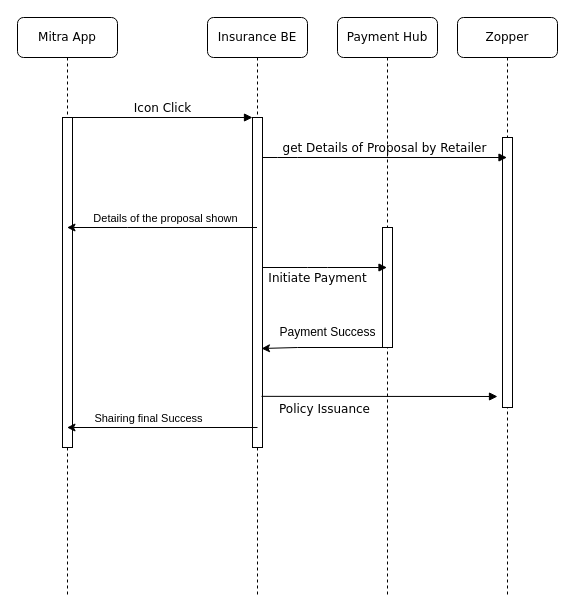
Above: Interview/Untitled Diagram.drawio in ashwiniadlakha/draw_io (draw.io), before the change. Source tidied: cells renumbered, new cells numbered last; positions are measured from the earlier drawing's top-left corner, leaving out a move shared by most shapes. Both pictures are drawn from the tidied source at 100%, with x=0, y=0 at pixel (17, 17).
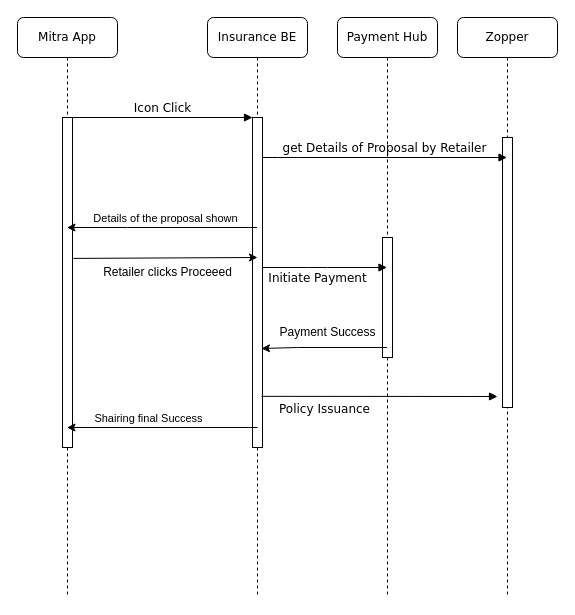
After the change.

The change refers to these unchanged cells:
```xml
<mxCell id="4" value="Payment Hub" style="shape=umlLifeline;perimeter=lifelinePerimeter;whiteSpace=wrap;html=1;outlineConnect=0;rounded=1;shadow=0;comic=0;labelBackgroundColor=none;strokeWidth=1;fontFamily=Verdana;fontSize=12;align=center;" parent="1" vertex="1">
  <mxGeometry x="320" width="100" height="580" as="geometry" />
</mxCell>
<mxCell id="9" style="html=1;points=[];perimeter=orthogonalPerimeter;rounded=0;shadow=0;comic=0;labelBackgroundColor=none;strokeWidth=1;fontFamily=Verdana;fontSize=12;align=center;" parent="8" vertex="1">
  <mxGeometry x="45" y="100" width="10" height="330" as="geometry" />
</mxCell>
```

What changed in the source:
```diff
@@
     <mxCell id="5" style="html=1;perimeter=orthogonalPerimeter;rounded=0;shadow=0;comic=0;labelBackgroundColor=none;strokeWidth=1;fontFamily=Verdana;fontSize=12;align=center;" parent="4" vertex="1">
-      <mxGeometry x="45" y="210" width="10" height="120" as="geometry" />
+      <mxGeometry x="45" y="220" width="10" height="120" as="geometry" />
     </mxCell>
@@
+    <mxCell id="20" style="endArrow=classic;html=1;rounded=0;exitX=1.1;exitY=0.427;exitDx=0;exitDy=0;exitPerimeter=0;" parent="1" edge="1" source="9">
+      <mxGeometry relative="1" as="geometry">
+        <mxPoint x="240" y="240" as="targetPoint" />
+      </mxGeometry>
+    </mxCell>
+    <mxCell id="21" value="Retailer clicks Proceeed" style="text;html=1;align=center;verticalAlign=middle;strokeColor=none;fillColor=none;" parent="1" vertex="1">
+      <mxGeometry x="75" y="240" width="150" height="30" as="geometry" />
+    </mxCell>
```
